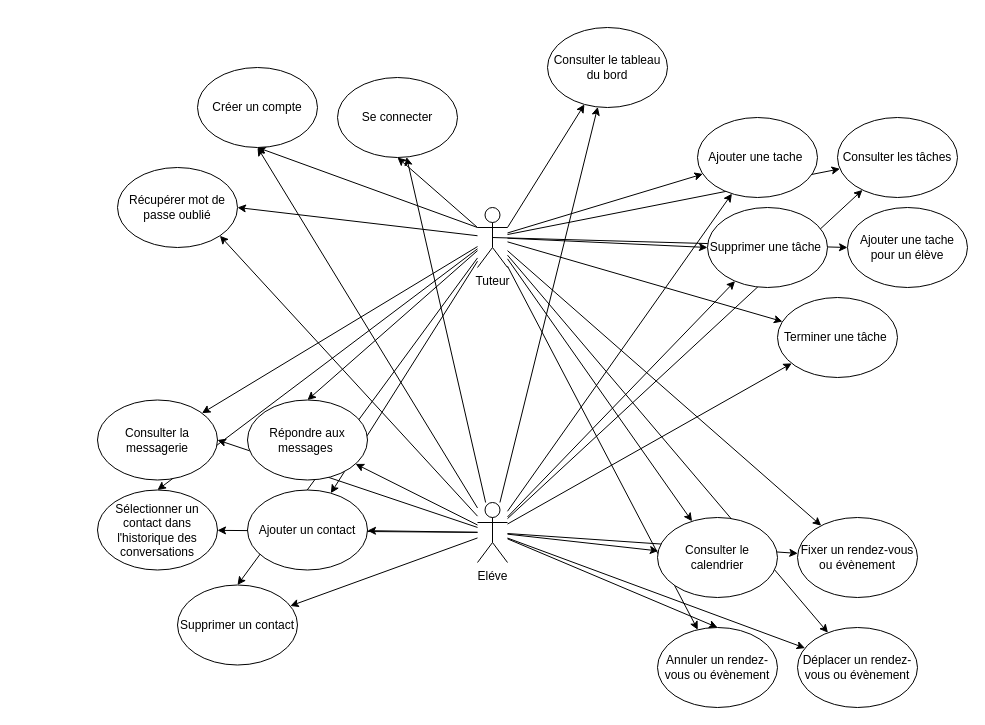
This is P10Uml.drawio from tetyanachouteau/P10LHome, a draw.io file, before an edit. Source tidied: cells renumbered, new cells numbered last; positions are measured from the earlier drawing's top-left corner, leaving out a move shared by most shapes. Both pictures are drawn from the tidied source at 100%, with x=0, y=0 at pixel (97, 27).
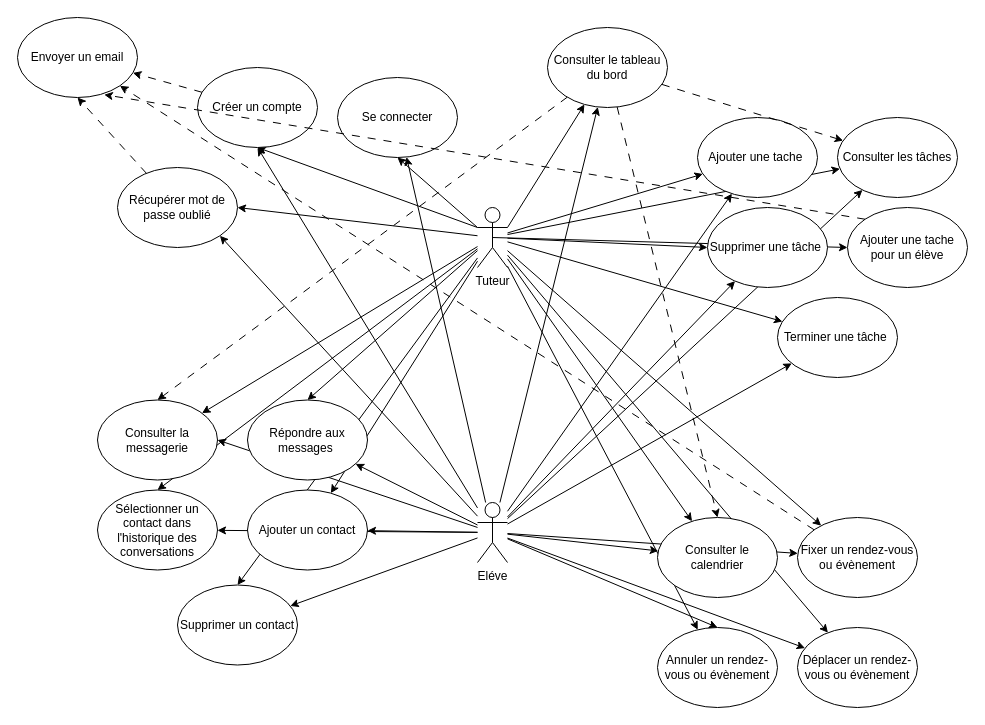
After the change.

Commit message:
Sous tâches

The change refers to these unchanged cells:
```xml
<mxCell id="40" value="Ajouter une tache pour un élève" style="ellipse;whiteSpace=wrap;html=1;" parent="1" vertex="1">
  <mxGeometry x="750" y="180" width="120" height="80" as="geometry" />
</mxCell>
<mxCell id="41" value="Consulter la messagerie" style="ellipse;whiteSpace=wrap;html=1;" parent="1" vertex="1">
  <mxGeometry y="372.5" width="120" height="80" as="geometry" />
</mxCell>
<mxCell id="44" value="Consulter le calendrier" style="ellipse;whiteSpace=wrap;html=1;" parent="1" vertex="1">
  <mxGeometry x="560" y="490" width="120" height="80" as="geometry" />
</mxCell>
<mxCell id="45" value="Fixer un rendez-vous&lt;br&gt;ou évènement" style="ellipse;whiteSpace=wrap;html=1;" parent="1" vertex="1">
  <mxGeometry x="700" y="490" width="120" height="80" as="geometry" />
</mxCell>
<mxCell id="47" value="Consulter les tâches" style="ellipse;whiteSpace=wrap;html=1;" parent="1" vertex="1">
  <mxGeometry x="740" y="90" width="120" height="80" as="geometry" />
</mxCell>
<mxCell id="48" value="Consulter le tableau du bord" style="ellipse;whiteSpace=wrap;html=1;" parent="1" vertex="1">
  <mxGeometry x="450" width="120" height="80" as="geometry" />
</mxCell>
<mxCell id="51" value="Récupérer mot de passe oublié" style="ellipse;whiteSpace=wrap;html=1;" parent="1" vertex="1">
  <mxGeometry x="20" y="140" width="120" height="80" as="geometry" />
</mxCell>
<mxCell id="52" value="Créer un compte" style="ellipse;whiteSpace=wrap;html=1;" parent="1" vertex="1">
  <mxGeometry x="100" y="40" width="120" height="80" as="geometry" />
</mxCell>
```

Diff of the diagram source:
```diff
@@
+    <mxCell id="57" style="rounded=0;jettySize=auto;html=1;entryX=1;entryY=1;entryDx=0;entryDy=0;dashed=1;dashPattern=8 8;" parent="1" edge="1" source="45" target="63">
+      <mxGeometry relative="1" as="geometry" />
+    </mxCell>
@@
+    <mxCell id="58" style="rounded=0;jettySize=auto;html=1;dashed=1;dashPattern=8 8;" parent="1" edge="1" source="48" target="47">
+      <mxGeometry relative="1" as="geometry" />
+    </mxCell>
+    <mxCell id="59" style="rounded=0;jettySize=auto;html=1;entryX=0.5;entryY=0;entryDx=0;entryDy=0;dashed=1;dashPattern=8 8;" parent="1" edge="1" source="48" target="41">
+      <mxGeometry relative="1" as="geometry" />
+    </mxCell>
+    <mxCell id="60" style="rounded=0;jettySize=auto;html=1;entryX=0.5;entryY=0;entryDx=0;entryDy=0;dashed=1;dashPattern=8 8;" parent="1" edge="1" source="48" target="44">
+      <mxGeometry relative="1" as="geometry" />
+    </mxCell>
@@
+    <mxCell id="61" style="rounded=0;jettySize=auto;html=1;entryX=0.5;entryY=1;entryDx=0;entryDy=0;dashed=1;dashPattern=8 8;" parent="1" edge="1" source="51" target="63">
+      <mxGeometry relative="1" as="geometry" />
+    </mxCell>
@@
+    <mxCell id="62" style="rounded=0;jettySize=auto;html=1;dashed=1;dashPattern=8 8;" parent="1" edge="1" source="52" target="63">
+      <mxGeometry relative="1" as="geometry" />
+    </mxCell>
@@
+    <mxCell id="63" value="Envoyer un email" style="ellipse;whiteSpace=wrap;html=1;" parent="1" vertex="1">
+      <mxGeometry x="-80" y="-10" width="120" height="80" as="geometry" />
+    </mxCell>
+    <mxCell id="64" style="rounded=0;jettySize=auto;html=1;entryX=0.723;entryY=0.965;entryDx=0;entryDy=0;dashed=1;dashPattern=8 8;entryPerimeter=0;exitX=0;exitY=0;exitDx=0;exitDy=0;" parent="1" edge="1" source="40" target="63">
+      <mxGeometry relative="1" as="geometry" />
+    </mxCell>
```
